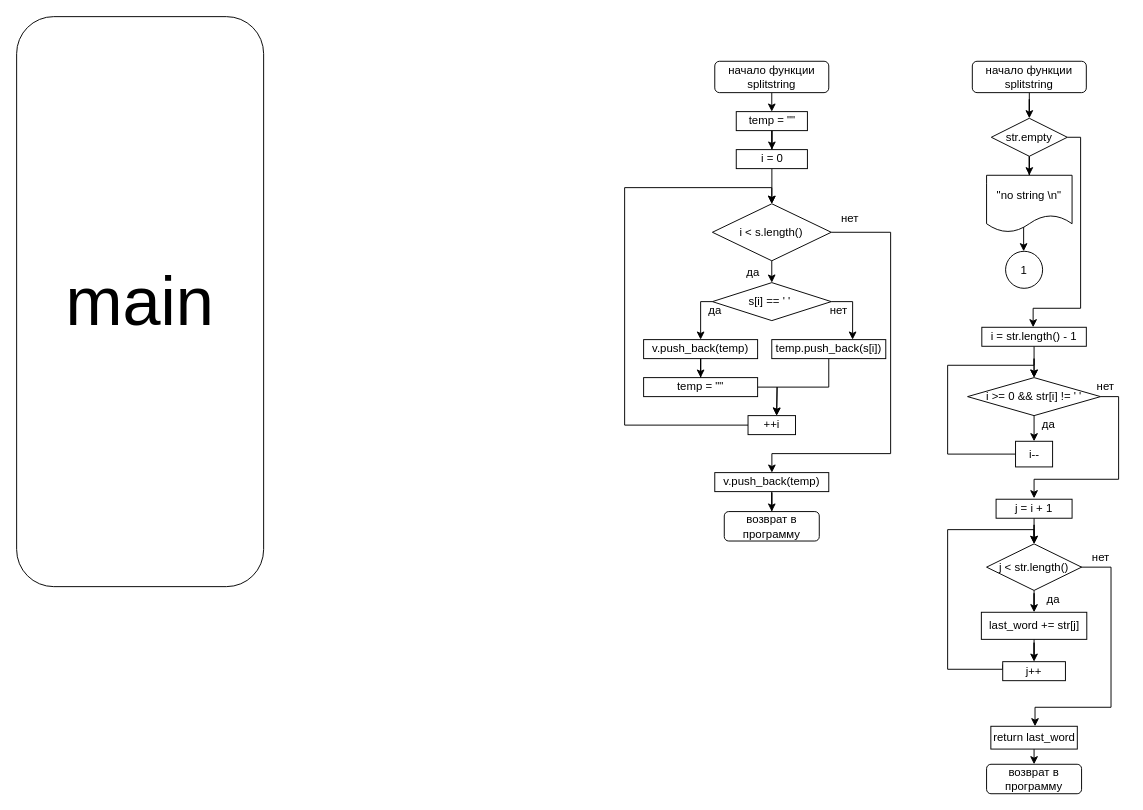
Above: 3.2.drawio in klep1koff/lifeishard (draw.io), before the change. Source tidied: cells renumbered, new cells numbered last; positions are measured from the earlier drawing's top-left corner, leaving out a move shared by most shapes. Both pictures are drawn from the tidied source at 95%, with x=0, y=0 at pixel (16, 16).
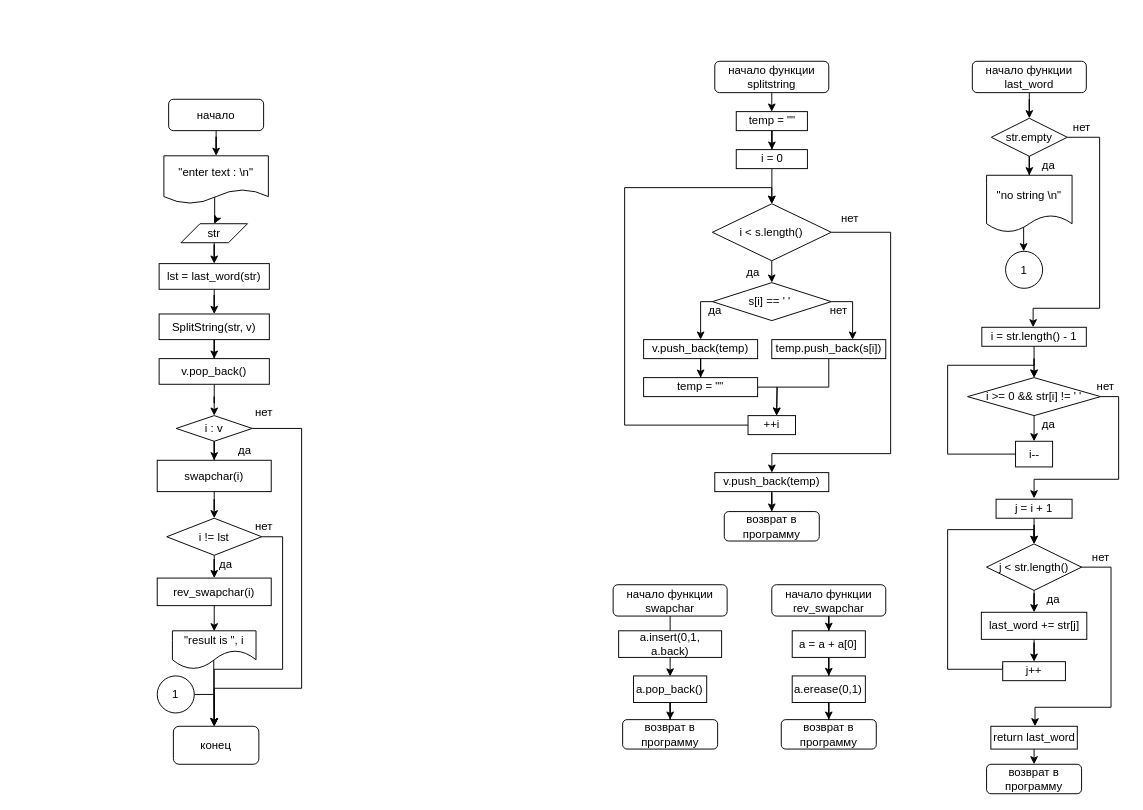
After the change.

Unchanged cells that the change refers to:
```xml
<mxCell id="35" value="str.empty" style="rhombus;whiteSpace=wrap;html=1;fontSize=12;" parent="1" vertex="1">
  <mxGeometry x="1026" y="107" width="80" height="40" as="geometry" />
</mxCell>
```

What changed in the source:
```diff
@@
-    <mxCell id="29" value="&lt;font style=&quot;font-size: 72px&quot;&gt;main&lt;/font&gt;" style="rounded=1;whiteSpace=wrap;html=1;" parent="1" vertex="1">
-      <mxGeometry width="260" height="600" as="geometry" />
-    </mxCell>
@@
-    <mxCell id="31" value="&lt;font style=&quot;font-size: 12px&quot;&gt;начало функции&lt;br&gt;splitstring&lt;br&gt;&lt;/font&gt;" style="rounded=1;whiteSpace=wrap;html=1;fontSize=12;glass=0;strokeWidth=1;shadow=0;" parent="1" vertex="1">
+    <mxCell id="31" value="&lt;font style=&quot;font-size: 12px&quot;&gt;начало функции&lt;br&gt;last_word&lt;br&gt;&lt;/font&gt;" style="rounded=1;whiteSpace=wrap;html=1;fontSize=12;glass=0;strokeWidth=1;shadow=0;" parent="1" vertex="1">
       <mxGeometry x="1006" y="47" width="120" height="33" as="geometry" />
     </mxCell>
@@
     <mxCell id="34" style="edgeStyle=orthogonalEdgeStyle;rounded=0;jettySize=auto;html=1;fontSize=12;" parent="1" edge="1" source="35">
       <mxGeometry relative="1" as="geometry">
         <mxPoint x="1070" y="327" as="targetPoint" />
         <Array as="points">
-          <mxPoint x="1120" y="127" />
-          <mxPoint x="1120" y="307" />
+          <mxPoint x="1140" y="127" />
+          <mxPoint x="1140" y="307" />
           <mxPoint x="1070" y="307" />
         </Array>
       </mxGeometry>
     </mxCell>
@@
+    <mxCell id="61" style="edgeStyle=orthogonalEdgeStyle;rounded=0;jettySize=auto;html=1;" parent="1" edge="1" source="62" target="71">
+      <mxGeometry relative="1" as="geometry" />
+    </mxCell>
+    <mxCell id="62" value="&lt;font style=&quot;font-size: 12px&quot;&gt;начало функции&lt;br&gt;swapchar&lt;br&gt;&lt;/font&gt;" style="rounded=1;whiteSpace=wrap;html=1;fontSize=12;glass=0;strokeWidth=1;shadow=0;" parent="1" vertex="1">
+      <mxGeometry x="627.9" y="598" width="120" height="33" as="geometry" />
+    </mxCell>
+    <mxCell id="63" style="edgeStyle=orthogonalEdgeStyle;rounded=0;jettySize=auto;html=1;" parent="1" edge="1" source="64" target="66">
+      <mxGeometry relative="1" as="geometry" />
+    </mxCell>
+    <mxCell id="64" value="&lt;font style=&quot;font-size: 12px&quot;&gt;начало функции&lt;br&gt;rev_swapchar&lt;br&gt;&lt;/font&gt;" style="rounded=1;whiteSpace=wrap;html=1;fontSize=12;glass=0;strokeWidth=1;shadow=0;" parent="1" vertex="1">
+      <mxGeometry x="794.9" y="598" width="120" height="33" as="geometry" />
+    </mxCell>
+    <mxCell id="65" style="edgeStyle=orthogonalEdgeStyle;rounded=0;jettySize=auto;html=1;" parent="1" edge="1" source="66" target="68">
+      <mxGeometry relative="1" as="geometry" />
+    </mxCell>
+    <mxCell id="66" value="a = a + a[0]" style="rounded=0;whiteSpace=wrap;html=1;" parent="1" vertex="1">
+      <mxGeometry x="816.4" y="646.5" width="77" height="28" as="geometry" />
+    </mxCell>
+    <mxCell id="67" style="edgeStyle=orthogonalEdgeStyle;rounded=0;jettySize=auto;html=1;" parent="1" edge="1" source="68" target="69">
+      <mxGeometry relative="1" as="geometry" />
+    </mxCell>
+    <mxCell id="68" value="a.erease(0,1)" style="rounded=0;whiteSpace=wrap;html=1;" parent="1" vertex="1">
+      <mxGeometry x="816.4" y="694" width="77" height="28" as="geometry" />
+    </mxCell>
+    <mxCell id="69" value="возврат в программу" style="rounded=1;whiteSpace=wrap;html=1;fontSize=12;" parent="1" vertex="1">
+      <mxGeometry x="804.9" y="740" width="100" height="31" as="geometry" />
+    </mxCell>
+    <mxCell id="70" style="edgeStyle=orthogonalEdgeStyle;rounded=0;jettySize=auto;html=1;" parent="1" edge="1" source="71" target="73">
+      <mxGeometry relative="1" as="geometry" />
+    </mxCell>
+    <mxCell id="71" value="a.insert(0,1, a.back)" style="rounded=0;whiteSpace=wrap;html=1;" parent="1" vertex="1">
+      <mxGeometry x="633.7" y="646.5" width="108.4" height="28" as="geometry" />
+    </mxCell>
+    <mxCell id="72" style="edgeStyle=orthogonalEdgeStyle;rounded=0;jettySize=auto;html=1;" parent="1" edge="1" source="73" target="74">
+      <mxGeometry relative="1" as="geometry" />
+    </mxCell>
+    <mxCell id="73" value="a.pop_back()" style="rounded=0;whiteSpace=wrap;html=1;" parent="1" vertex="1">
+      <mxGeometry x="649.4" y="694" width="77" height="28" as="geometry" />
+    </mxCell>
+    <mxCell id="74" value="возврат в программу" style="rounded=1;whiteSpace=wrap;html=1;fontSize=12;" parent="1" vertex="1">
+      <mxGeometry x="637.9" y="740" width="100" height="31" as="geometry" />
+    </mxCell>
+    <mxCell id="75" style="edgeStyle=orthogonalEdgeStyle;rounded=0;jettySize=auto;html=1;" parent="1" edge="1" source="76" target="78">
+      <mxGeometry relative="1" as="geometry" />
+    </mxCell>
+    <mxCell id="76" value="начало" style="rounded=1;whiteSpace=wrap;html=1;" parent="1" vertex="1">
+      <mxGeometry x="160" y="87" width="100" height="33" as="geometry" />
+    </mxCell>
+    <mxCell id="77" style="edgeStyle=orthogonalEdgeStyle;rounded=0;jettySize=auto;html=1;exitX=0.486;exitY=0.845;exitDx=0;exitDy=0;exitPerimeter=0;" parent="1" edge="1" source="78" target="80">
+      <mxGeometry relative="1" as="geometry" />
+    </mxCell>
+    <mxCell id="78" value="&quot;enter text : \n&quot;" style="shape=document;whiteSpace=wrap;html=1;boundedLbl=1;rounded=1;" parent="1" vertex="1">
+      <mxGeometry x="155" y="146.5" width="110" height="50.5" as="geometry" />
+    </mxCell>
+    <mxCell id="79" style="edgeStyle=orthogonalEdgeStyle;rounded=0;jettySize=auto;html=1;" parent="1" edge="1" source="80" target="82">
+      <mxGeometry relative="1" as="geometry" />
+    </mxCell>
+    <mxCell id="80" value="str" style="shape=parallelogram;perimeter=parallelogramPerimeter;whiteSpace=wrap;html=1;fixedSize=1;" parent="1" vertex="1">
+      <mxGeometry x="173" y="218" width="70" height="20" as="geometry" />
+    </mxCell>
+    <mxCell id="81" style="edgeStyle=orthogonalEdgeStyle;rounded=0;jettySize=auto;html=1;" parent="1" edge="1" source="82" target="84">
+      <mxGeometry relative="1" as="geometry" />
+    </mxCell>
+    <mxCell id="82" value="lst = last_word(str)" style="whiteSpace=wrap;html=1;" parent="1" vertex="1">
+      <mxGeometry x="150" y="260" width="116" height="27" as="geometry" />
+    </mxCell>
+    <mxCell id="83" style="edgeStyle=orthogonalEdgeStyle;rounded=0;jettySize=auto;html=1;" parent="1" edge="1" source="84" target="86">
+      <mxGeometry relative="1" as="geometry" />
+    </mxCell>
+    <mxCell id="84" value="SplitString(str, v)" style="whiteSpace=wrap;html=1;" parent="1" vertex="1">
+      <mxGeometry x="150" y="313" width="116" height="27" as="geometry" />
+    </mxCell>
+    <mxCell id="85" style="edgeStyle=orthogonalEdgeStyle;rounded=0;jettySize=auto;html=1;" parent="1" edge="1" source="86" target="89">
+      <mxGeometry relative="1" as="geometry" />
+    </mxCell>
+    <mxCell id="86" value="v.pop_back()" style="whiteSpace=wrap;html=1;" parent="1" vertex="1">
+      <mxGeometry x="150" y="360" width="116" height="27" as="geometry" />
+    </mxCell>
+    <mxCell id="87" style="edgeStyle=orthogonalEdgeStyle;rounded=0;jettySize=auto;html=1;" parent="1" edge="1" source="89" target="91">
+      <mxGeometry relative="1" as="geometry" />
+    </mxCell>
+    <mxCell id="88" style="edgeStyle=orthogonalEdgeStyle;rounded=0;jettySize=auto;html=1;" parent="1" edge="1" source="89">
+      <mxGeometry relative="1" as="geometry">
+        <mxPoint x="208" y="747" as="targetPoint" />
+        <Array as="points">
+          <mxPoint x="300" y="433" />
+          <mxPoint x="300" y="707" />
+          <mxPoint x="208" y="707" />
+        </Array>
+      </mxGeometry>
+    </mxCell>
+    <mxCell id="89" value="i : v" style="rhombus;whiteSpace=wrap;html=1;" parent="1" vertex="1">
+      <mxGeometry x="168" y="420" width="80" height="27" as="geometry" />
+    </mxCell>
+    <mxCell id="90" style="edgeStyle=orthogonalEdgeStyle;rounded=0;jettySize=auto;html=1;" parent="1" edge="1" source="91" target="94">
+      <mxGeometry relative="1" as="geometry" />
+    </mxCell>
+    <mxCell id="91" value="swapchar(i)" style="whiteSpace=wrap;html=1;" parent="1" vertex="1">
+      <mxGeometry x="148" y="467" width="120" height="33" as="geometry" />
+    </mxCell>
+    <mxCell id="92" style="edgeStyle=orthogonalEdgeStyle;rounded=0;jettySize=auto;html=1;" parent="1" edge="1" source="94" target="96">
+      <mxGeometry relative="1" as="geometry" />
+    </mxCell>
+    <mxCell id="93" style="edgeStyle=orthogonalEdgeStyle;rounded=0;jettySize=auto;html=1;" parent="1" edge="1" source="94">
+      <mxGeometry relative="1" as="geometry">
+        <mxPoint x="208" y="747" as="targetPoint" />
+        <Array as="points">
+          <mxPoint x="280" y="548" />
+          <mxPoint x="280" y="687" />
+          <mxPoint x="208" y="687" />
+        </Array>
+      </mxGeometry>
+    </mxCell>
+    <mxCell id="94" value="i != lst" style="rhombus;whiteSpace=wrap;html=1;" parent="1" vertex="1">
+      <mxGeometry x="158" y="528" width="100" height="39" as="geometry" />
+    </mxCell>
+    <mxCell id="95" style="edgeStyle=orthogonalEdgeStyle;rounded=0;jettySize=auto;html=1;" parent="1" edge="1" source="96">
+      <mxGeometry relative="1" as="geometry">
+        <mxPoint x="208" y="647" as="targetPoint" />
+      </mxGeometry>
+    </mxCell>
+    <mxCell id="96" value="rev_swapchar(i)" style="whiteSpace=wrap;html=1;" parent="1" vertex="1">
+      <mxGeometry x="148" y="591" width="120" height="29" as="geometry" />
+    </mxCell>
+    <mxCell id="97" value="да" style="text;html=1;align=center;verticalAlign=middle;strokeColor=none;fillColor=none;" parent="1" vertex="1">
+      <mxGeometry x="220" y="447" width="40" height="20" as="geometry" />
+    </mxCell>
+    <mxCell id="98" value="нет" style="text;html=1;align=center;verticalAlign=middle;strokeColor=none;fillColor=none;" parent="1" vertex="1">
+      <mxGeometry x="240" y="407" width="40" height="20" as="geometry" />
+    </mxCell>
+    <mxCell id="99" value="да" style="text;html=1;align=center;verticalAlign=middle;strokeColor=none;fillColor=none;" parent="1" vertex="1">
+      <mxGeometry x="200" y="567" width="40" height="20" as="geometry" />
+    </mxCell>
+    <mxCell id="100" value="нет" style="text;html=1;align=center;verticalAlign=middle;strokeColor=none;fillColor=none;" parent="1" vertex="1">
+      <mxGeometry x="240" y="527" width="40" height="20" as="geometry" />
+    </mxCell>
+    <mxCell id="101" style="edgeStyle=orthogonalEdgeStyle;rounded=0;orthogonalLoop=1;jettySize=auto;html=1;exitX=0.494;exitY=0.725;exitDx=0;exitDy=0;exitPerimeter=0;" parent="1" edge="1">
+      <mxGeometry relative="1" as="geometry">
+        <mxPoint x="207.5" y="675.9" as="sourcePoint" />
+        <mxPoint x="208" y="747" as="targetPoint" />
+        <Array as="points">
+          <mxPoint x="208" y="711" />
+          <mxPoint x="208" y="711" />
+        </Array>
+      </mxGeometry>
+    </mxCell>
+    <mxCell id="102" value="&quot;result is &quot;, i" style="shape=document;whiteSpace=wrap;html=1;boundedLbl=1;size=0.49382716049382713;" parent="1" vertex="1">
+      <mxGeometry x="164" y="646.5" width="88" height="40.5" as="geometry" />
+    </mxCell>
+    <mxCell id="103" style="endArrow=none;html=1;rounded=0;" parent="1" edge="1" source="102">
+      <mxGeometry relative="1" as="geometry">
+        <mxPoint x="200" y="687" as="targetPoint" />
+      </mxGeometry>
+    </mxCell>
+    <mxCell id="104" style="edgeStyle=orthogonalEdgeStyle;rounded=0;jettySize=auto;html=1;exitX=1;exitY=0.5;exitDx=0;exitDy=0;" parent="1" edge="1" source="105">
+      <mxGeometry relative="1" as="geometry">
+        <mxPoint x="208" y="747" as="targetPoint" />
+      </mxGeometry>
+    </mxCell>
+    <mxCell id="105" value="1" style="ellipse;whiteSpace=wrap;html=1;fontSize=12;" parent="1" vertex="1">
+      <mxGeometry x="148" y="694" width="39" height="39" as="geometry" />
+    </mxCell>
+    <mxCell id="106" value="конец" style="rounded=1;whiteSpace=wrap;html=1;" parent="1" vertex="1">
+      <mxGeometry x="165" y="747" width="90" height="40" as="geometry" />
+    </mxCell>
+    <mxCell id="107" value="да" style="text;html=1;align=center;verticalAlign=middle;strokeColor=none;fillColor=none;fontSize=12;" parent="1" vertex="1">
+      <mxGeometry x="1066" y="146.5" width="40" height="20" as="geometry" />
+    </mxCell>
+    <mxCell id="108" value="нет" style="text;html=1;align=center;verticalAlign=middle;strokeColor=none;fillColor=none;fontSize=12;" parent="1" vertex="1">
+      <mxGeometry x="1101" y="107" width="40" height="20" as="geometry" />
+    </mxCell>
```
